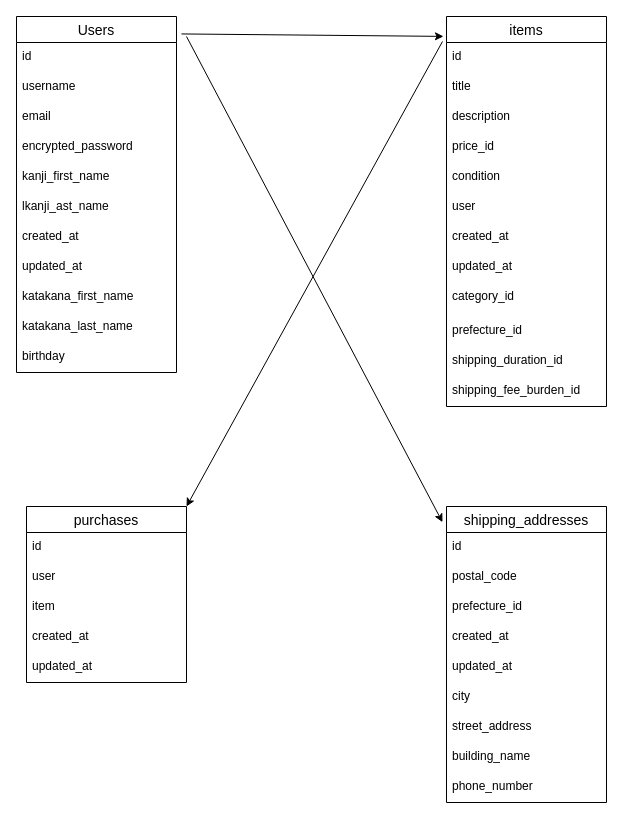
The draw.io diagram furima.dio in okadarenta/furima-39680, before the edit. Source tidied: cells renumbered, new cells numbered last; positions are measured from the earlier drawing's top-left corner, leaving out a move shared by most shapes. Both pictures are drawn from the tidied source at 100%, with x=0, y=0 at pixel (16, 16).
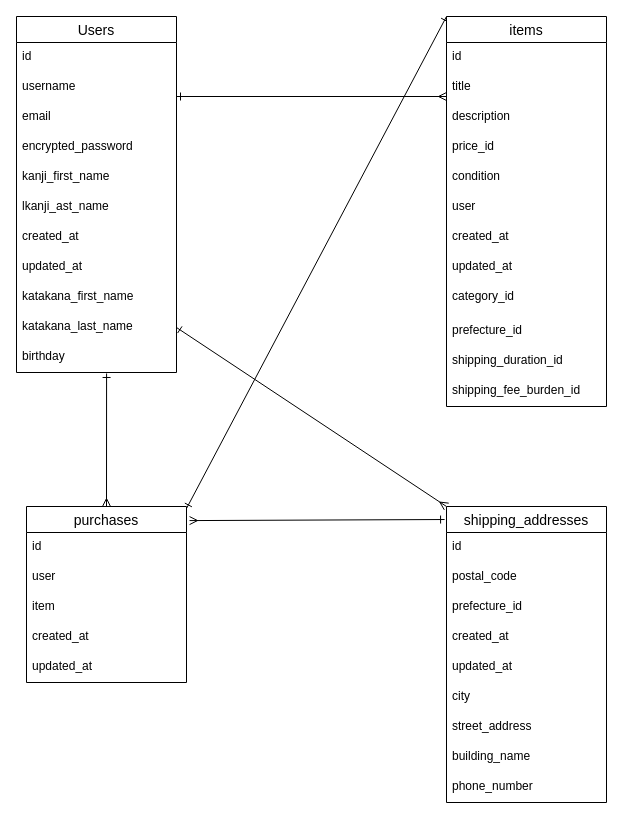
Above is the later version.

Commit message (it also covers changes not shown here):
データベース設計６

The change refers to these unchanged cells:
```xml
<mxCell id="2" value="Users" style="swimlane;fontStyle=0;horizontal=1;startSize=26;align=center;fontSize=14;" parent="1" vertex="1">
  <mxGeometry width="160" height="356" as="geometry" />
</mxCell>
<mxCell id="12" value="katakana_last_name" style="text;strokeColor=none;fillColor=none;spacingLeft=4;spacingRight=4;overflow=hidden;points=[[0,0.5],[1,0.5]];portConstraint=eastwest;fontSize=12;" parent="2" vertex="1">
  <mxGeometry y="296" width="160" height="30" as="geometry" />
</mxCell>
<mxCell id="13" value="birthday" style="text;strokeColor=none;fillColor=none;spacingLeft=4;spacingRight=4;overflow=hidden;points=[[0,0.5],[1,0.5]];portConstraint=eastwest;fontSize=12;" parent="2" vertex="1">
  <mxGeometry y="326" width="160" height="30" as="geometry" />
</mxCell>
<mxCell id="14" value="items" style="swimlane;fontStyle=0;horizontal=1;startSize=26;align=center;fontSize=14;" parent="1" vertex="1">
  <mxGeometry x="430" width="160" height="390" as="geometry" />
</mxCell>
<mxCell id="26" value="shipping_fee_burden_id" style="text;strokeColor=none;fillColor=none;spacingLeft=4;spacingRight=4;overflow=hidden;points=[[0,0.5],[1,0.5]];portConstraint=eastwest;fontSize=12;" parent="14" vertex="1">
  <mxGeometry y="360" width="160" height="30" as="geometry" />
</mxCell>
<mxCell id="27" value="purchases" style="swimlane;fontStyle=0;horizontal=1;startSize=26;align=center;fontSize=14;" parent="1" vertex="1">
  <mxGeometry x="10" y="490" width="160" height="176" as="geometry" />
</mxCell>
<mxCell id="33" value="shipping_addresses" style="swimlane;fontStyle=0;horizontal=1;startSize=26;align=center;fontSize=14;" parent="1" vertex="1">
  <mxGeometry x="430" y="490" width="160" height="296" as="geometry" />
</mxCell>
```

The edit, as a diff of the source:
```diff
@@
+    <mxCell id="46" style="edgeStyle=none;html=1;exitX=0;exitY=0;exitDx=0;exitDy=0;strokeColor=default;startArrow=ERone;startFill=0;endArrow=ERone;endFill=0;" parent="1" edge="1" source="14">
+      <mxGeometry relative="1" as="geometry">
+        <mxPoint x="170" y="492" as="targetPoint" />
+      </mxGeometry>
+    </mxCell>
@@
+    <mxCell id="47" style="edgeStyle=none;html=1;exitX=0.5;exitY=0;exitDx=0;exitDy=0;entryX=0.563;entryY=1.033;entryDx=0;entryDy=0;entryPerimeter=0;strokeColor=default;startArrow=ERmany;startFill=0;endArrow=ERone;endFill=0;" parent="1" edge="1" source="27" target="13">
+      <mxGeometry relative="1" as="geometry" />
+    </mxCell>
@@
+    <mxCell id="48" style="edgeStyle=none;html=1;exitX=-0.012;exitY=0.044;exitDx=0;exitDy=0;entryX=1.019;entryY=0.08;entryDx=0;entryDy=0;entryPerimeter=0;strokeColor=default;startArrow=ERone;startFill=0;endArrow=ERmany;endFill=0;exitPerimeter=0;" parent="1" edge="1" source="33" target="27">
+      <mxGeometry relative="1" as="geometry" />
+    </mxCell>
+    <mxCell id="49" style="edgeStyle=none;html=1;exitX=0;exitY=0;exitDx=0;exitDy=0;entryX=1;entryY=0.5;entryDx=0;entryDy=0;strokeColor=default;startArrow=ERmany;startFill=0;endArrow=ERone;endFill=0;" parent="1" edge="1" source="33" target="12">
+      <mxGeometry relative="1" as="geometry" />
+    </mxCell>
@@
-    <mxCell id="43" style="edgeStyle=none;html=1;exitX=1.031;exitY=0.049;exitDx=0;exitDy=0;entryX=-0.019;entryY=0.051;entryDx=0;entryDy=0;exitPerimeter=0;entryPerimeter=0;" parent="1" edge="1" source="2" target="14">
-      <mxGeometry relative="1" as="geometry" />
-    </mxCell>
-    <mxCell id="44" style="edgeStyle=none;html=1;exitX=-0.025;exitY=0.064;exitDx=0;exitDy=0;entryX=1;entryY=0;entryDx=0;entryDy=0;exitPerimeter=0;" parent="1" edge="1" source="14" target="27">
-      <mxGeometry relative="1" as="geometry" />
-    </mxCell>
-    <mxCell id="45" style="edgeStyle=none;html=1;entryX=-0.025;entryY=0.053;entryDx=0;entryDy=0;entryPerimeter=0;" parent="1" edge="1" target="33">
-      <mxGeometry relative="1" as="geometry">
-        <mxPoint x="170" y="20" as="sourcePoint" />
-      </mxGeometry>
-    </mxCell>
+    <mxCell id="50" style="edgeStyle=none;html=1;strokeColor=default;endArrow=ERmany;endFill=0;startArrow=ERone;startFill=0;" parent="1" edge="1">
+      <mxGeometry relative="1" as="geometry">
+        <mxPoint x="160" y="80" as="sourcePoint" />
+        <mxPoint x="430" y="80" as="targetPoint" />
+      </mxGeometry>
+    </mxCell>
+    <mxCell id="51" style="edgeStyle=none;html=1;exitX=0;exitY=0.5;exitDx=0;exitDy=0;entryX=1;entryY=0;entryDx=0;entryDy=0;strokeColor=none;startArrow=ERmany;startFill=0;endArrow=ERone;endFill=0;" parent="1" edge="1" source="26" target="27">
+      <mxGeometry relative="1" as="geometry" />
+    </mxCell>
```
